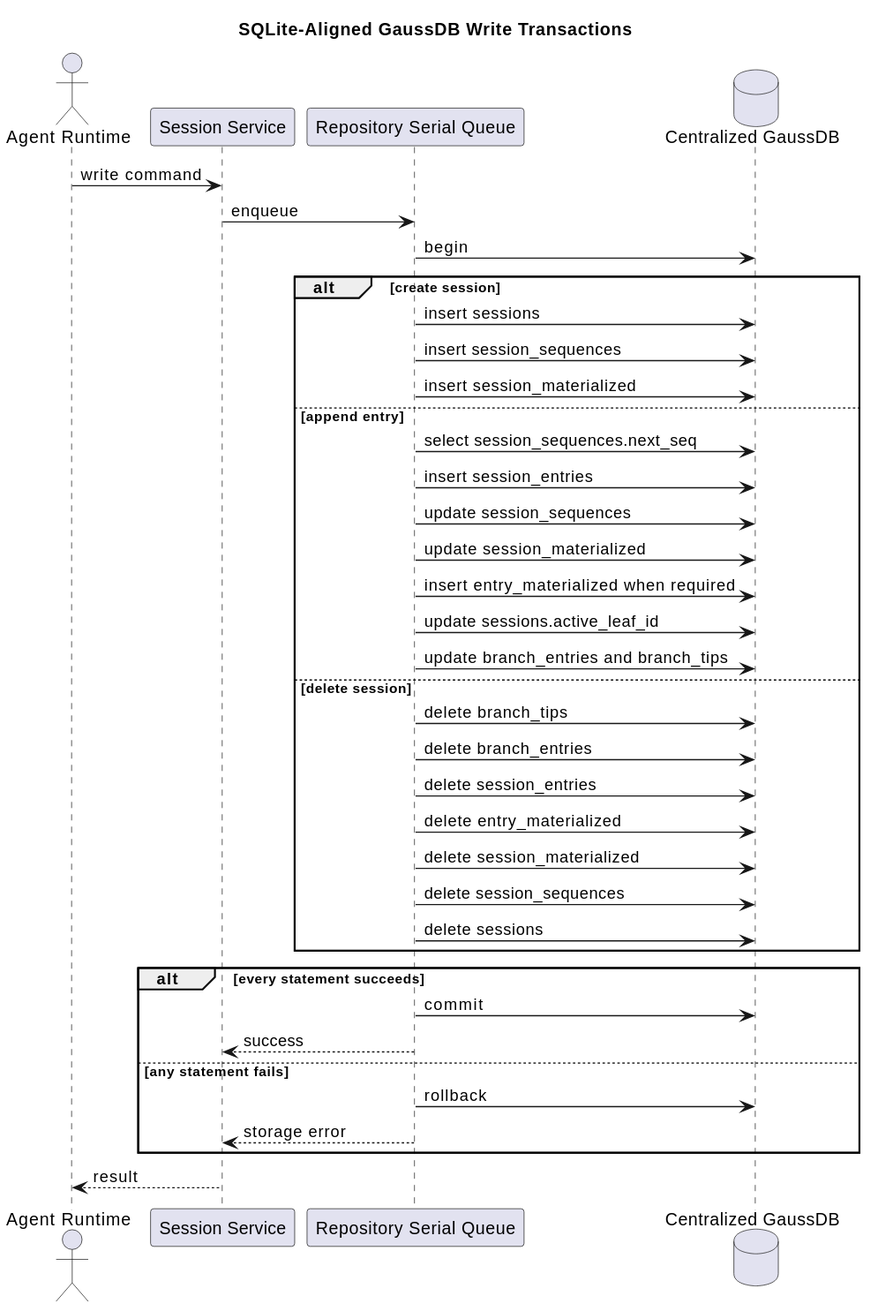
Before: diagrams/memory/memory-write-transaction.svg, a diagram exported from PlantUML (superheromeZzh/pi-mono-java-design).
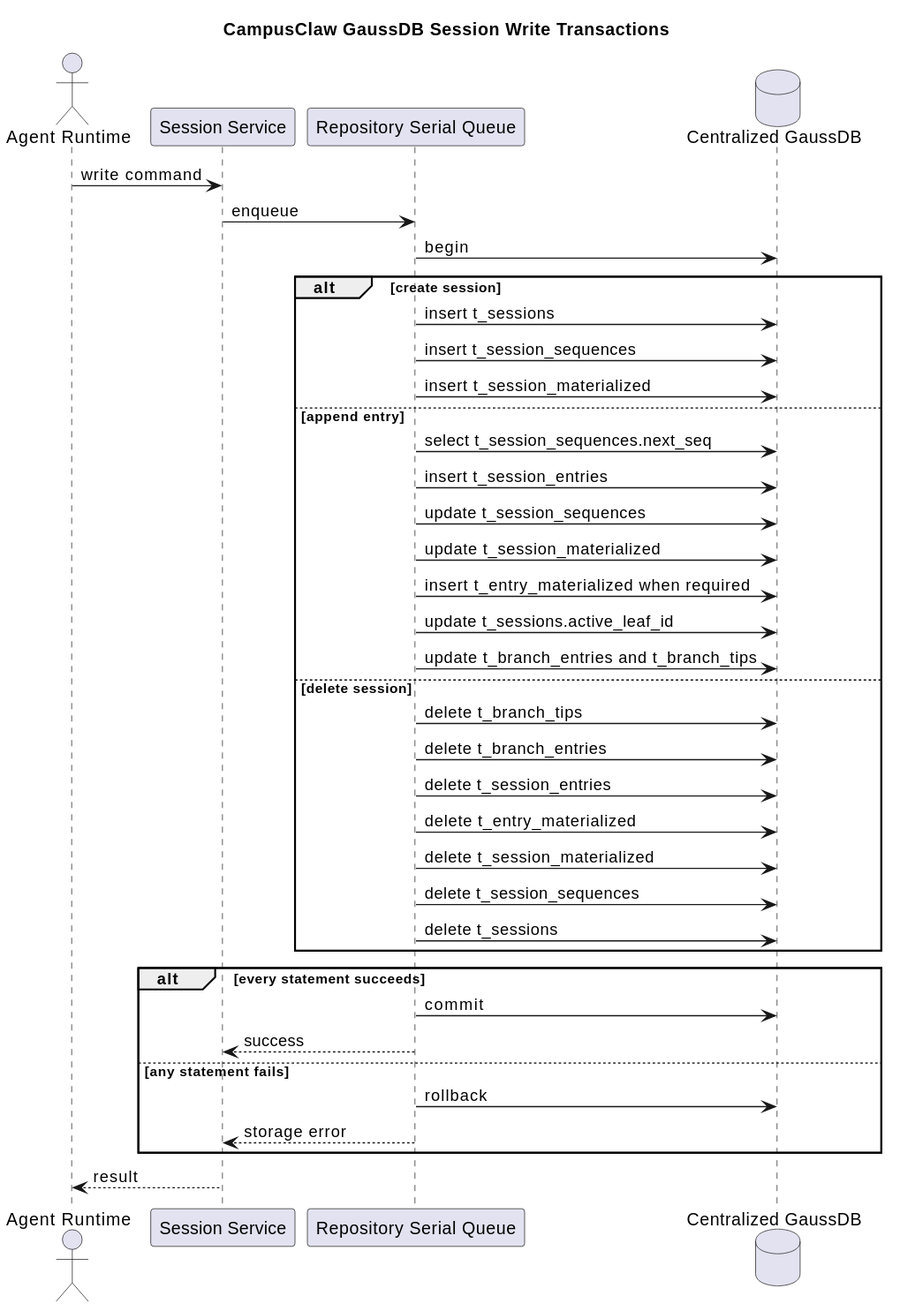
After the change.

Commit message:
docs: externalize CampusClaw schema upgrades

The edit, as a diff of the source:
```diff
@@ -1,5 +1,5 @@
 @startuml
-title SQLite-Aligned GaussDB Write Transactions
+title CampusClaw GaussDB Session Write Transactions
 skinparam backgroundColor #FFFFFF
 
 
@@ -13,25 +13,25 @@
 queue -> db : begin
 
 alt create session
-  queue -> db : insert sessions
-  queue -> db : insert session_sequences
-  queue -> db : insert session_materialized
+  queue -> db : insert t_sessions
+  queue -> db : insert t_session_sequences
+  queue -> db : insert t_session_materialized
 else append entry
-  queue -> db : select session_sequences.next_seq
-  queue -> db : insert session_entries
-  queue -> db : update session_sequences
-  queue -> db : update session_materialized
-  queue -> db : insert entry_materialized when required
-  queue -> db : update sessions.active_leaf_id
-  queue -> db : update branch_entries and branch_tips
+  queue -> db : select t_session_sequences.next_seq
+  queue -> db : insert t_session_entries
+  queue -> db : update t_session_sequences
+  queue -> db : update t_session_materialized
+  queue -> db : insert t_entry_materialized when required
+  queue -> db : update t_sessions.active_leaf_id
+  queue -> db : update t_branch_entries and t_branch_tips
 else delete session
-  queue -> db : delete branch_tips
-  queue -> db : delete branch_entries
-  queue -> db : delete session_entries
-  queue -> db : delete entry_materialized
-  queue -> db : delete session_materialized
-  queue -> db : delete session_sequences
-  queue -> db : delete sessions
+  queue -> db : delete t_branch_tips
+  queue -> db : delete t_branch_entries
+  queue -> db : delete t_session_entries
+  queue -> db : delete t_entry_materialized
+  queue -> db : delete t_session_materialized
+  queue -> db : delete t_session_sequences
+  queue -> db : delete t_sessions
 end
 
 alt every statement succeeds
```
